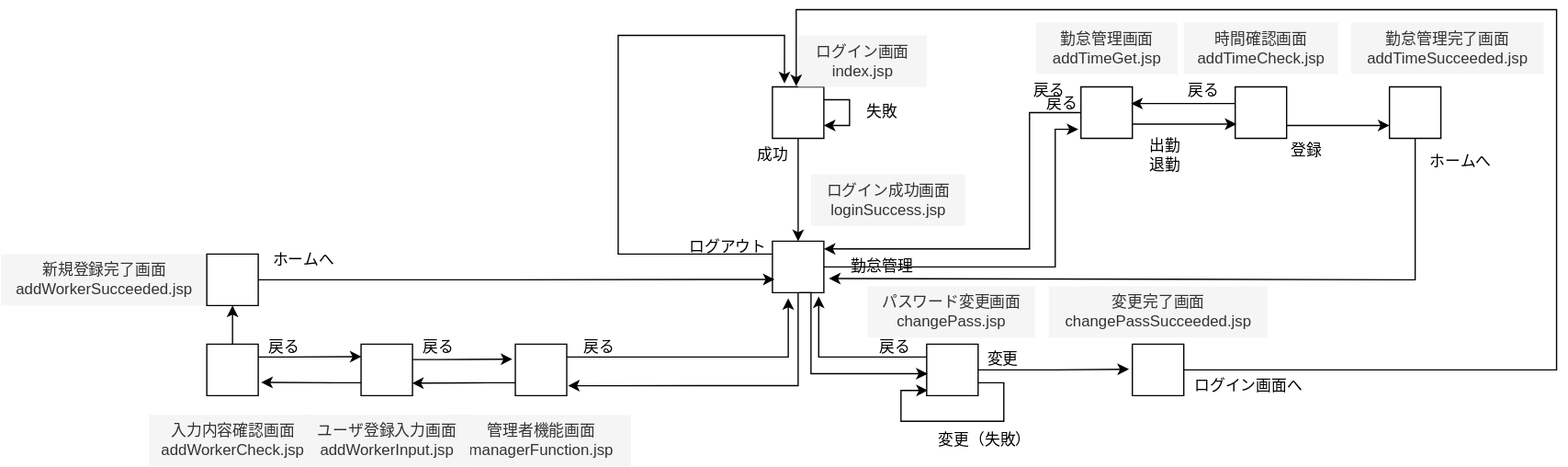
Earlier version of the draw.io export ログイン画面.drawio.svg (Masaaki-Kobayashi-kccs/sampleRepo2). Source tidied: cells renumbered, new cells last; positions are measured from the earlier drawing's top-left corner, leaving out a move shared by most shapes.
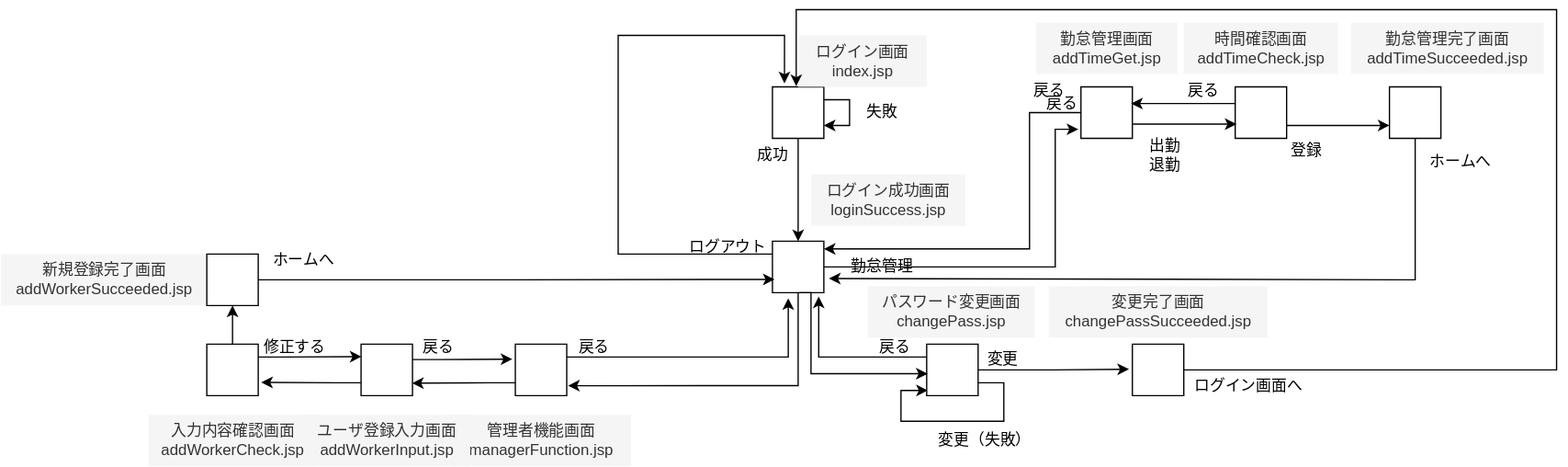
Above is the later version.

Commit message:
ログイン画面.drawio.svg を更新します

What changed in the source:
```diff
@@ -237,7 +237,7 @@
       </mxGeometry>
     </mxCell>
     <mxCell id="57" value="戻る" style="text;html=1;align=center;verticalAlign=middle;strokeColor=none;fillColor=none;" parent="1" vertex="1">
-      <mxGeometry x="440" y="248" width="50" height="30" as="geometry" />
+      <mxGeometry x="436" y="248" width="50" height="30" as="geometry" />
     </mxCell>
     <mxCell id="58" style="edgeStyle=orthogonalEdgeStyle;rounded=0;jettySize=auto;html=1;entryX=0.992;entryY=0.758;entryDx=0;entryDy=0;entryPerimeter=0;" parent="1" edge="1" source="29" target="31">
       <mxGeometry relative="1" as="geometry">
@@ -274,8 +274,8 @@
     <mxCell id="62" value="戻る" style="text;html=1;align=center;verticalAlign=middle;strokeColor=none;fillColor=none;" parent="1" vertex="1">
       <mxGeometry x="315" y="248" width="50" height="30" as="geometry" />
     </mxCell>
-    <mxCell id="63" value="戻る" style="text;html=1;align=center;verticalAlign=middle;strokeColor=none;fillColor=none;" parent="1" vertex="1">
-      <mxGeometry x="195" y="248" width="50" height="30" as="geometry" />
+    <mxCell id="63" value="修正する" style="text;html=1;align=center;verticalAlign=middle;strokeColor=none;fillColor=none;" parent="1" vertex="1">
+      <mxGeometry x="193" y="248" width="70" height="30" as="geometry" />
     </mxCell>
   </root>
 </mxGraphModel>
```
